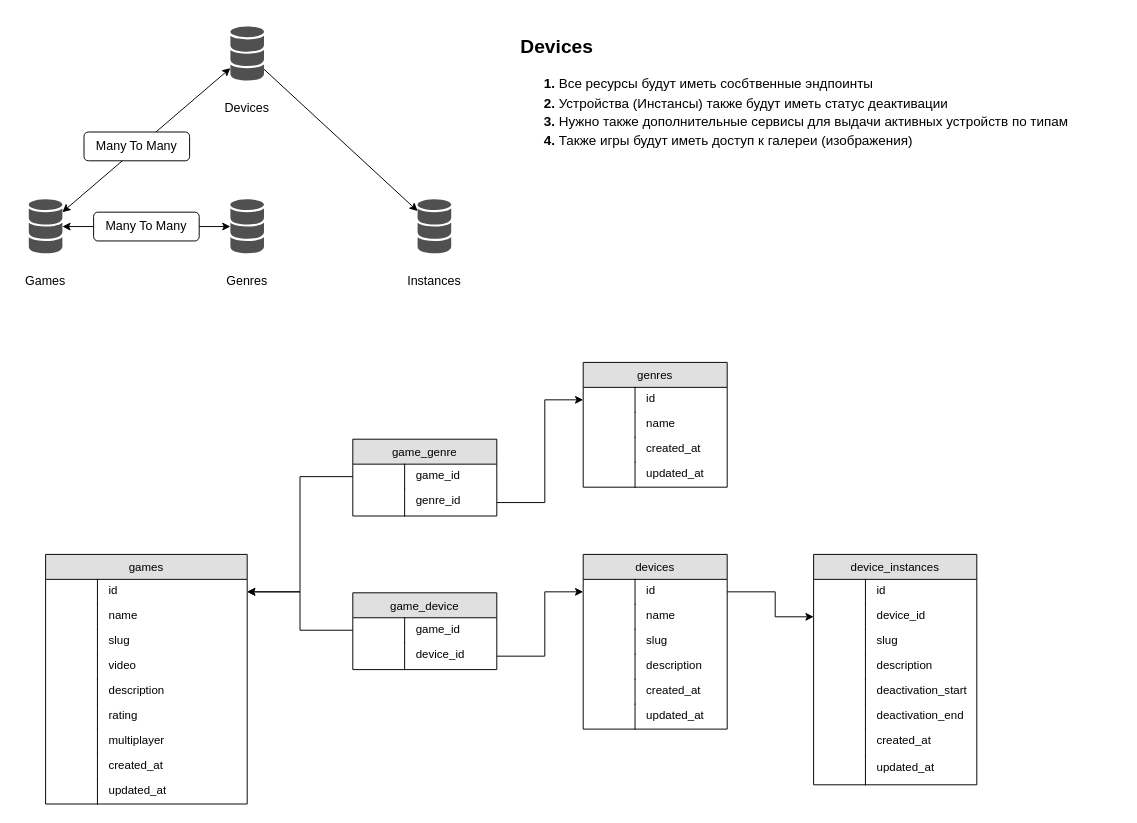
Above: page "Device service" (2 of 6) of General.drawio in phobiavr/phober-diagram (draw.io), before the change. Source tidied: cells renumbered, new cells numbered last; positions are measured from the earlier drawing's top-left corner, leaving out a move shared by most shapes. Both pictures are drawn from the tidied source at 96%, with x=0, y=0 at pixel (16, 26).
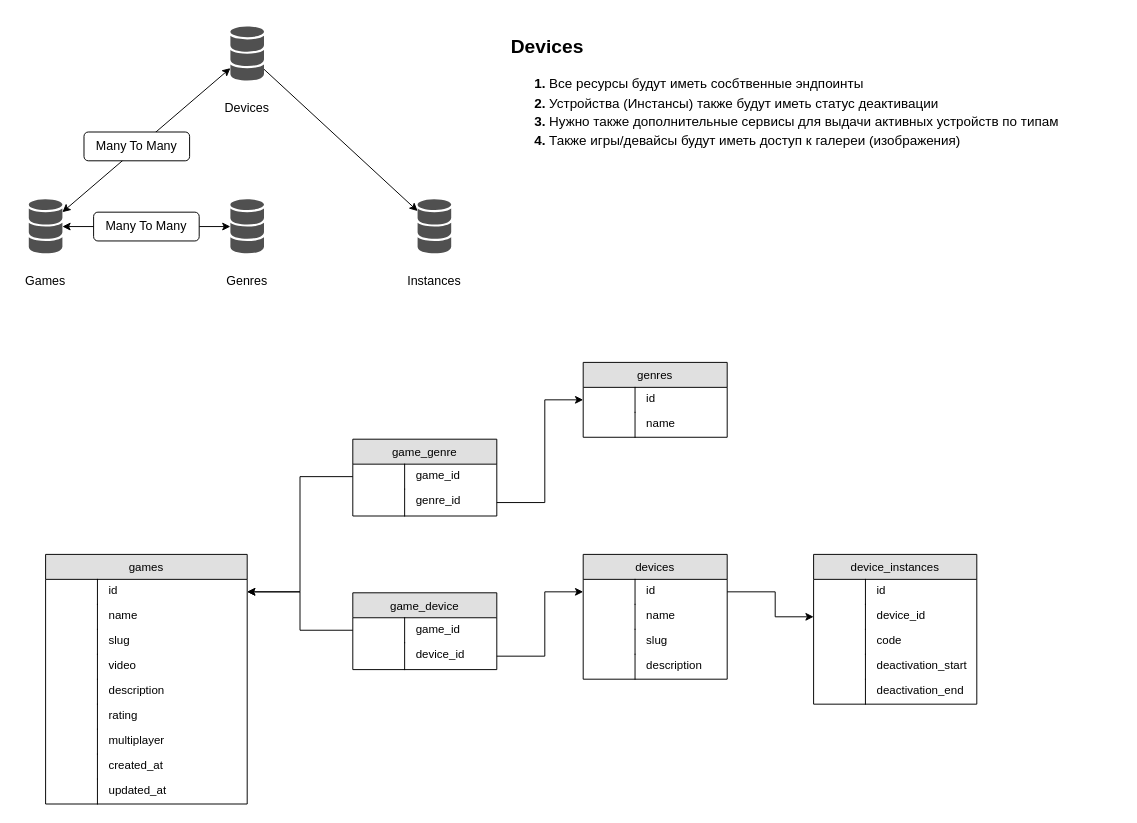
The same diagram, later.

The edit, as a diff of the source:
```diff
@@
     <mxCell id="35" value="devices" style="swimlane;fontStyle=0;horizontal=1;startSize=26;fillColor=#e0e0e0;swimlaneFillColor=#ffffff;align=center;" parent="1" vertex="1">
-      <mxGeometry x="590" y="550" width="150" height="182" as="geometry" />
+      <mxGeometry x="590" y="550" width="150" height="130" as="geometry" />
     </mxCell>
@@
-    <mxCell id="44" value="created_at" style="shape=partialRectangle;top=0;left=0;right=0;bottom=0;align=left;verticalAlign=top;spacingTop=-2;fillColor=none;spacingLeft=64;spacingRight=4;overflow=hidden;" parent="35" vertex="1">
-      <mxGeometry y="130" width="150" height="26" as="geometry" />
-    </mxCell>
-    <mxCell id="45" style="shape=partialRectangle;top=0;left=0;bottom=0;fillColor=none;align=left;verticalAlign=middle;spacingLeft=4;spacingRight=4;overflow=hidden;" parent="44" vertex="1">
-      <mxGeometry width="54" height="26" as="geometry" />
-    </mxCell>
-    <mxCell id="46" value="updated_at" style="shape=partialRectangle;top=0;left=0;right=0;bottom=0;align=left;verticalAlign=top;spacingTop=-2;fillColor=none;spacingLeft=64;spacingRight=4;overflow=hidden;" parent="35" vertex="1">
-      <mxGeometry y="156" width="150" height="26" as="geometry" />
-    </mxCell>
-    <mxCell id="47" style="shape=partialRectangle;top=0;left=0;bottom=0;fillColor=none;align=left;verticalAlign=middle;spacingLeft=4;spacingRight=4;overflow=hidden;" parent="46" vertex="1">
-      <mxGeometry width="54" height="26" as="geometry" />
-    </mxCell>
     <mxCell id="48" value="genres" style="swimlane;fontStyle=0;horizontal=1;startSize=26;fillColor=#e0e0e0;swimlaneFillColor=default;align=center;" parent="1" vertex="1">
-      <mxGeometry x="590" y="350" width="150" height="130" as="geometry" />
+      <mxGeometry x="590" y="350" width="150" height="78" as="geometry" />
     </mxCell>
@@
-    <mxCell id="53" value="created_at" style="shape=partialRectangle;top=0;left=0;right=0;bottom=0;align=left;verticalAlign=top;spacingTop=-2;fillColor=none;spacingLeft=64;spacingRight=4;overflow=hidden;" parent="48" vertex="1">
-      <mxGeometry y="78" width="150" height="26" as="geometry" />
-    </mxCell>
-    <mxCell id="54" style="shape=partialRectangle;top=0;left=0;bottom=0;fillColor=none;align=left;verticalAlign=middle;spacingLeft=4;spacingRight=4;overflow=hidden;" parent="53" vertex="1">
-      <mxGeometry width="54" height="26" as="geometry" />
-    </mxCell>
-    <mxCell id="55" value="updated_at" style="shape=partialRectangle;top=0;left=0;right=0;bottom=0;align=left;verticalAlign=top;spacingTop=-2;fillColor=none;spacingLeft=64;spacingRight=4;overflow=hidden;" parent="48" vertex="1">
-      <mxGeometry y="104" width="150" height="26" as="geometry" />
-    </mxCell>
-    <mxCell id="56" style="shape=partialRectangle;top=0;left=0;bottom=0;fillColor=none;align=left;verticalAlign=middle;spacingLeft=4;spacingRight=4;overflow=hidden;" parent="55" vertex="1">
-      <mxGeometry width="54" height="26" as="geometry" />
-    </mxCell>
@@
     <mxCell id="61" value="device_instances" style="swimlane;fontStyle=0;horizontal=1;startSize=26;fillColor=#e0e0e0;swimlaneFillColor=#ffffff;align=center;" parent="1" vertex="1">
-      <mxGeometry x="830" y="550" width="170" height="240" as="geometry" />
+      <mxGeometry x="830" y="550" width="170" height="156" as="geometry" />
     </mxCell>
@@
-    <mxCell id="66" value="slug" style="shape=partialRectangle;top=0;left=0;right=0;bottom=0;align=left;verticalAlign=top;spacingTop=-2;fillColor=none;spacingLeft=64;spacingRight=4;overflow=hidden;" parent="61" vertex="1">
+    <mxCell id="66" value="code" style="shape=partialRectangle;top=0;left=0;right=0;bottom=0;align=left;verticalAlign=top;spacingTop=-2;fillColor=none;spacingLeft=64;spacingRight=4;overflow=hidden;" parent="61" vertex="1">
       <mxGeometry y="78" width="170" height="26" as="geometry" />
     </mxCell>
@@
-    <mxCell id="68" value="description" style="shape=partialRectangle;top=0;left=0;right=0;bottom=0;align=left;verticalAlign=top;spacingTop=-2;fillColor=none;spacingLeft=64;spacingRight=4;overflow=hidden;" parent="61" vertex="1">
-      <mxGeometry y="104" width="170" height="26" as="geometry" />
-    </mxCell>
-    <mxCell id="69" style="shape=partialRectangle;top=0;left=0;bottom=0;fillColor=none;align=left;verticalAlign=middle;spacingLeft=4;spacingRight=4;overflow=hidden;" parent="68" vertex="1">
-      <mxGeometry width="54" height="26" as="geometry" />
-    </mxCell>
     <mxCell id="70" value="deactivation_start" style="shape=partialRectangle;top=0;left=0;right=0;bottom=0;align=left;verticalAlign=top;spacingTop=-2;fillColor=none;spacingLeft=64;spacingRight=4;overflow=hidden;" parent="61" vertex="1">
-      <mxGeometry y="130" width="170" height="26" as="geometry" />
+      <mxGeometry y="104" width="170" height="26" as="geometry" />
     </mxCell>
@@
     <mxCell id="72" value="deactivation_end" style="shape=partialRectangle;top=0;left=0;right=0;bottom=0;align=left;verticalAlign=top;spacingTop=-2;fillColor=none;spacingLeft=64;spacingRight=4;overflow=hidden;" parent="61" vertex="1">
-      <mxGeometry y="156" width="170" height="26" as="geometry" />
+      <mxGeometry y="130" width="170" height="26" as="geometry" />
     </mxCell>
@@
-    <mxCell id="74" value="created_at" style="shape=partialRectangle;top=0;left=0;right=0;bottom=0;align=left;verticalAlign=top;spacingTop=-2;fillColor=none;spacingLeft=64;spacingRight=4;overflow=hidden;" parent="61" vertex="1">
-      <mxGeometry y="182" width="170" height="28" as="geometry" />
-    </mxCell>
-    <mxCell id="75" style="shape=partialRectangle;top=0;left=0;bottom=0;fillColor=none;align=left;verticalAlign=middle;spacingLeft=4;spacingRight=4;overflow=hidden;" parent="74" vertex="1">
-      <mxGeometry width="54" height="28" as="geometry" />
-    </mxCell>
-    <mxCell id="76" value="updated_at" style="shape=partialRectangle;top=0;left=0;right=0;bottom=0;align=left;verticalAlign=top;spacingTop=-2;fillColor=none;spacingLeft=64;spacingRight=4;overflow=hidden;" parent="61" vertex="1">
-      <mxGeometry y="210" width="170" height="30" as="geometry" />
-    </mxCell>
-    <mxCell id="77" style="shape=partialRectangle;top=0;left=0;bottom=0;fillColor=none;align=left;verticalAlign=middle;spacingLeft=4;spacingRight=4;overflow=hidden;" parent="76" vertex="1">
-      <mxGeometry width="54" height="30" as="geometry" />
-    </mxCell>
@@
-    <mxCell id="95" value="&lt;h1&gt;&lt;font style=&quot;font-size: 20px&quot;&gt;Devices&lt;/font&gt;&lt;/h1&gt;&lt;h1 style=&quot;font-size: 14px&quot;&gt;&lt;ol style=&quot;line-height: 140%&quot;&gt;&lt;li&gt;&lt;span style=&quot;font-weight: 400&quot;&gt;Все ресурсы будут иметь сосбтвенные эндпоинты&lt;/span&gt;&lt;/li&gt;&lt;li&gt;&lt;span style=&quot;font-weight: 400&quot;&gt;Устройства (Инстансы) также будут иметь статус деактивации&lt;/span&gt;&lt;br&gt;&lt;/li&gt;&lt;li&gt;&lt;span style=&quot;font-weight: 400&quot;&gt;Нужно также дополнительные сервисы для выдачи активных устройств по типам&lt;/span&gt;&lt;/li&gt;&lt;li&gt;&lt;span style=&quot;font-weight: 400&quot;&gt;Также игры будут иметь доступ к галереи (изображения)&lt;/span&gt;&lt;/li&gt;&lt;/ol&gt;&lt;/h1&gt;" style="text;html=1;strokeColor=none;fillColor=none;spacing=5;spacingTop=-20;whiteSpace=wrap;overflow=hidden;rounded=0;" parent="1" vertex="1">
-      <mxGeometry x="520" width="630" height="210" as="geometry" />
+    <mxCell id="95" value="&lt;h1&gt;&lt;font style=&quot;font-size: 20px&quot;&gt;Devices&lt;/font&gt;&lt;/h1&gt;&lt;h1 style=&quot;font-size: 14px&quot;&gt;&lt;ol style=&quot;line-height: 140%&quot;&gt;&lt;li&gt;&lt;span style=&quot;font-weight: 400&quot;&gt;Все ресурсы будут иметь сосбтвенные эндпоинты&lt;/span&gt;&lt;/li&gt;&lt;li&gt;&lt;span style=&quot;font-weight: 400&quot;&gt;Устройства (Инстансы) также будут иметь статус деактивации&lt;/span&gt;&lt;br&gt;&lt;/li&gt;&lt;li&gt;&lt;span style=&quot;font-weight: 400&quot;&gt;Нужно также дополнительные сервисы для выдачи активных устройств по типам&lt;/span&gt;&lt;/li&gt;&lt;li&gt;&lt;span style=&quot;font-weight: 400&quot;&gt;Также игры/девайсы будут иметь доступ к галереи (изображения)&lt;/span&gt;&lt;/li&gt;&lt;/ol&gt;&lt;/h1&gt;" style="text;html=1;spacing=5;spacingTop=-20;whiteSpace=wrap;overflow=hidden;rounded=0;fillColor=default;" parent="1" vertex="1">
+      <mxGeometry x="510" width="630" height="210" as="geometry" />
     </mxCell>
```
